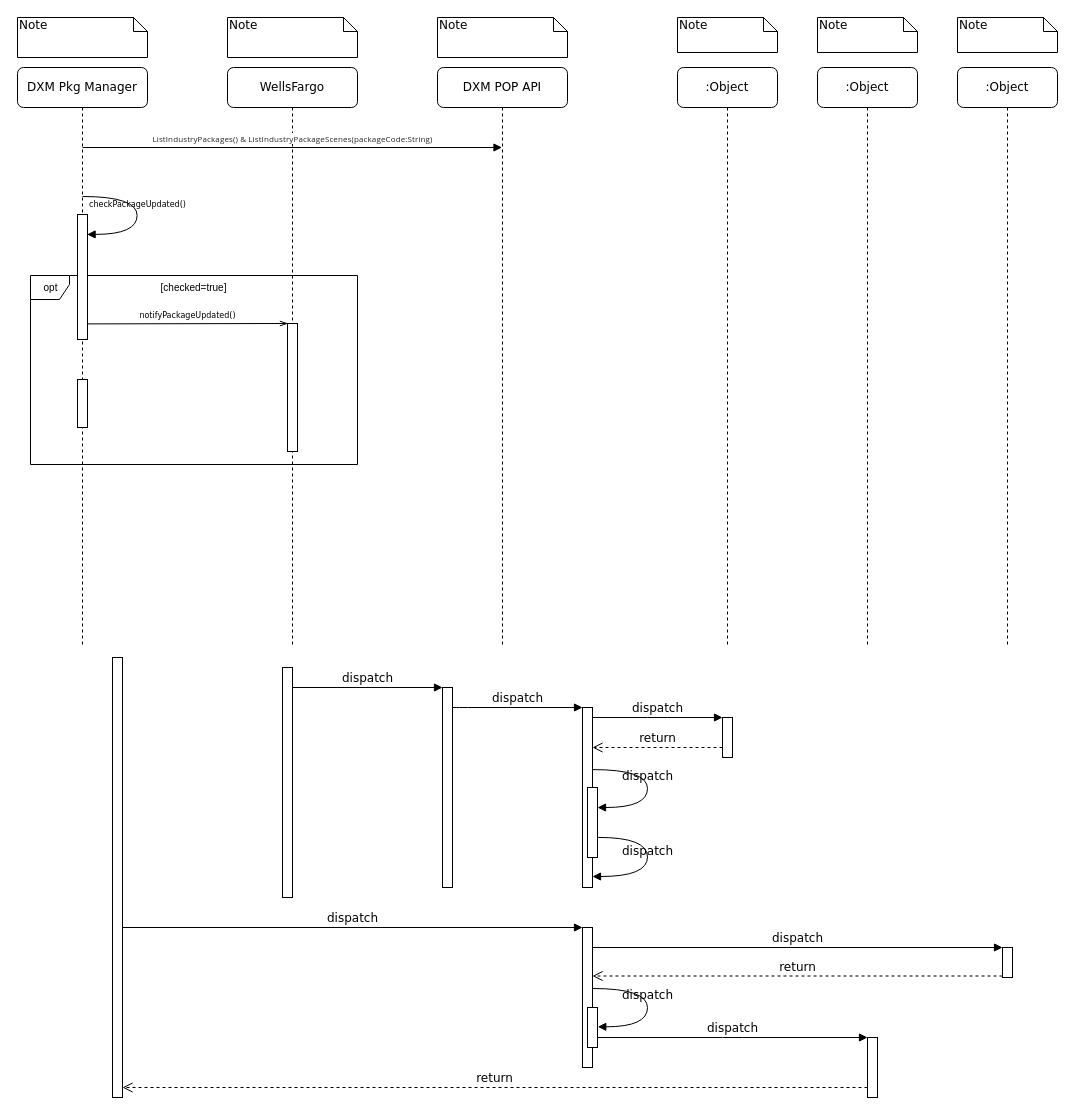
GeekKwok/UML keeps this draw.io diagram as leyan/dxm/Sequence Diagram 1.drawio. Above is the earlier version. Source tidied: cells renumbered, new cells numbered last; positions are measured from the earlier drawing's top-left corner, leaving out a move shared by most shapes. Both pictures are drawn from the tidied source at 100%, with x=0, y=0 at pixel (17, 17).
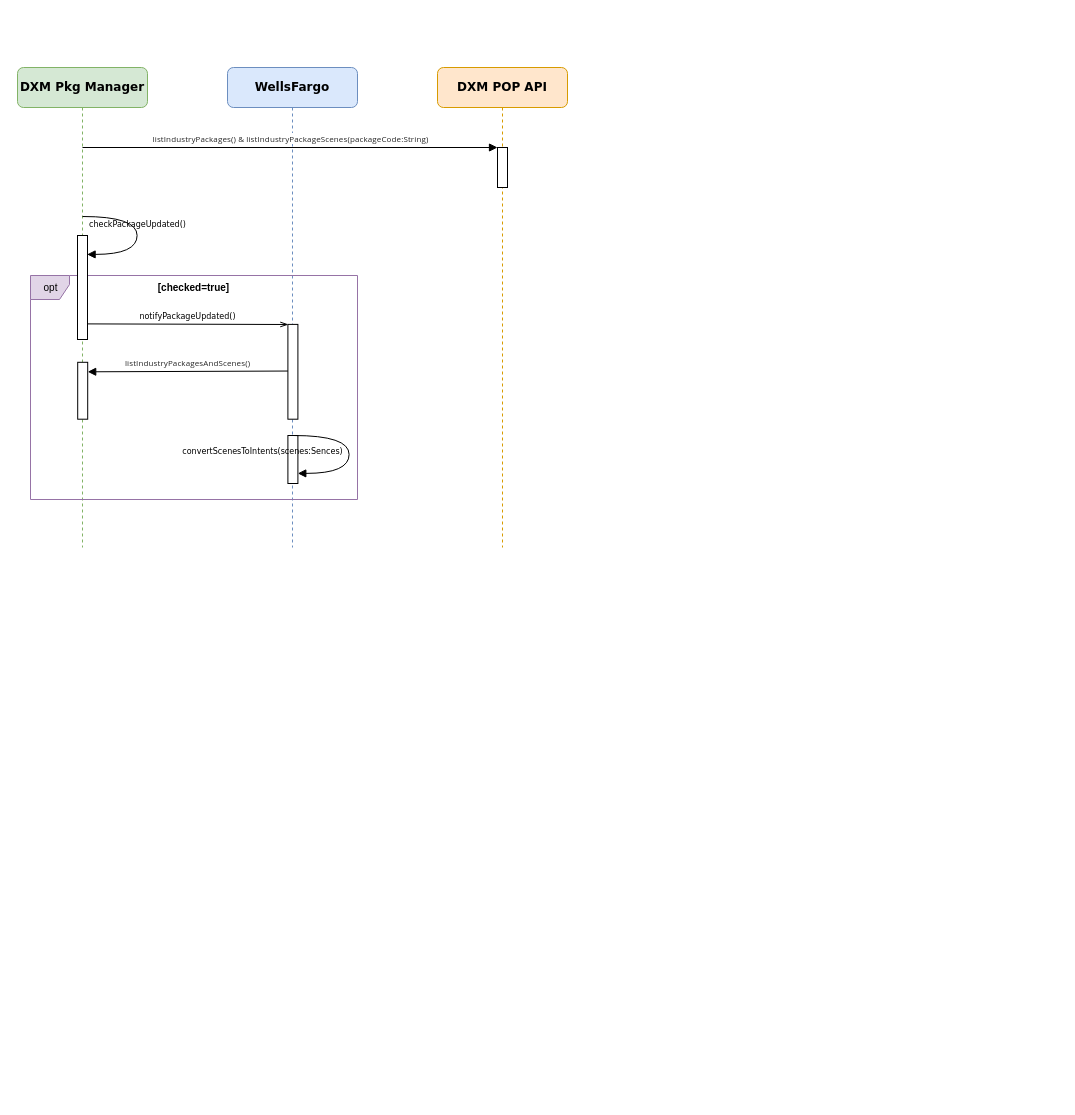
Above is the later version.

Diff of the diagram source:
```diff
@@
-    <mxCell id="2" value="DXM Pkg Manager" style="shape=umlLifeline;perimeter=lifelinePerimeter;whiteSpace=wrap;html=1;rounded=1;shadow=0;comic=0;labelBackgroundColor=none;strokeWidth=1;fontFamily=Verdana;fontSize=12;align=center;" parent="1" vertex="1">
-      <mxGeometry y="50" width="130" height="580" as="geometry" />
+    <mxCell id="2" value="&lt;b&gt;DXM Pkg Manager&lt;/b&gt;" style="shape=umlLifeline;perimeter=lifelinePerimeter;whiteSpace=wrap;html=1;rounded=1;shadow=0;comic=0;labelBackgroundColor=none;strokeWidth=1;fontFamily=Verdana;fontSize=12;align=center;fillColor=#d5e8d4;strokeColor=#82b366;" parent="1" vertex="1">
+      <mxGeometry y="50" width="130" height="480" as="geometry" />
     </mxCell>
-    <mxCell id="3" value="WellsFargo" style="shape=umlLifeline;perimeter=lifelinePerimeter;whiteSpace=wrap;html=1;rounded=1;shadow=0;comic=0;labelBackgroundColor=none;strokeWidth=1;fontFamily=Verdana;fontSize=12;align=center;" parent="1" vertex="1">
-      <mxGeometry x="210" y="50" width="130" height="580" as="geometry" />
+    <mxCell id="3" value="&lt;b&gt;WellsFargo&lt;/b&gt;" style="shape=umlLifeline;perimeter=lifelinePerimeter;whiteSpace=wrap;html=1;rounded=1;shadow=0;comic=0;labelBackgroundColor=none;strokeWidth=1;fontFamily=Verdana;fontSize=12;align=center;fillColor=#dae8fc;strokeColor=#6c8ebf;" parent="1" vertex="1">
+      <mxGeometry x="210" y="50" width="130" height="480" as="geometry" />
     </mxCell>
-    <mxCell id="4" value="&lt;font style=&quot;font-size: 10px&quot;&gt;opt&lt;/font&gt;" style="shape=umlFrame;tabPosition=left;html=1;boundedLbl=1;labelInHeader=1;width=39;height=24;" parent="1" vertex="1">
-      <mxGeometry x="13" y="258" width="327" height="189" as="geometry" />
+    <mxCell id="4" value="&lt;font style=&quot;font-size: 10px&quot;&gt;opt&lt;/font&gt;" style="shape=umlFrame;tabPosition=left;html=1;boundedLbl=1;labelInHeader=1;width=39;height=24;fillColor=#e1d5e7;strokeColor=#9673a6;" parent="1" vertex="1">
+      <mxGeometry x="13" y="258" width="327" height="224" as="geometry" />
     </mxCell>
-    <mxCell id="5" value="[checked=true]" style="text;align=center;fontSize=10;" parent="4" vertex="1">
+    <mxCell id="5" value="[checked=true]" style="text;align=center;fontSize=10;fontStyle=1;" parent="4" vertex="1">
       <mxGeometry width="100" height="20" relative="1" as="geometry">
         <mxPoint x="113.5" as="offset" />
       </mxGeometry>
     </mxCell>
     <mxCell id="6" style="html=1;points=[];perimeter=orthogonalPerimeter;rounded=0;shadow=0;comic=0;labelBackgroundColor=none;strokeWidth=1;fontFamily=Verdana;fontSize=12;align=center;" parent="4" vertex="1">
-      <mxGeometry x="257" y="48" width="10" height="128" as="geometry" />
+      <mxGeometry x="257.4" y="48.9" width="10" height="94.8" as="geometry" />
     </mxCell>
     <mxCell id="7" style="html=1;points=[];perimeter=orthogonalPerimeter;rounded=0;shadow=0;comic=0;labelBackgroundColor=none;strokeWidth=1;fontFamily=Verdana;fontSize=12;align=center;" parent="4" vertex="1">
-      <mxGeometry x="47" y="104" width="10" height="48" as="geometry" />
+      <mxGeometry x="47.2" y="86.8" width="10" height="56.9" as="geometry" />
     </mxCell>
-    <mxCell id="8" value=":Object" style="shape=umlLifeline;perimeter=lifelinePerimeter;whiteSpace=wrap;html=1;rounded=1;shadow=0;comic=0;labelBackgroundColor=none;strokeWidth=1;fontFamily=Verdana;fontSize=12;align=center;" parent="1" vertex="1">
-      <mxGeometry x="660" y="50" width="100" height="580" as="geometry" />
-    </mxCell>
-    <mxCell id="9" value=":Object" style="shape=umlLifeline;perimeter=lifelinePerimeter;whiteSpace=wrap;html=1;rounded=1;shadow=0;comic=0;labelBackgroundColor=none;strokeWidth=1;fontFamily=Verdana;fontSize=12;align=center;" parent="1" vertex="1">
-      <mxGeometry x="800" y="50" width="100" height="580" as="geometry" />
-    </mxCell>
-    <mxCell id="10" value=":Object" style="shape=umlLifeline;perimeter=lifelinePerimeter;whiteSpace=wrap;html=1;rounded=1;shadow=0;comic=0;labelBackgroundColor=none;strokeWidth=1;fontFamily=Verdana;fontSize=12;align=center;" parent="1" vertex="1">
-      <mxGeometry x="940" y="50" width="100" height="580" as="geometry" />
-    </mxCell>
-    <mxCell id="11" value="Note" style="shape=note;whiteSpace=wrap;html=1;size=14;verticalAlign=top;align=left;spacingTop=-6;rounded=0;shadow=0;comic=0;labelBackgroundColor=none;strokeWidth=1;fontFamily=Verdana;fontSize=12;" parent="1" vertex="1">
-      <mxGeometry x="420" width="130" height="40" as="geometry" />
-    </mxCell>
-    <mxCell id="12" value="Note" style="shape=note;whiteSpace=wrap;html=1;size=14;verticalAlign=top;align=left;spacingTop=-6;rounded=0;shadow=0;comic=0;labelBackgroundColor=none;strokeWidth=1;fontFamily=Verdana;fontSize=12;" parent="1" vertex="1">
-      <mxGeometry x="660" width="100" height="35" as="geometry" />
-    </mxCell>
-    <mxCell id="13" value="Note" style="shape=note;whiteSpace=wrap;html=1;size=14;verticalAlign=top;align=left;spacingTop=-6;rounded=0;shadow=0;comic=0;labelBackgroundColor=none;strokeWidth=1;fontFamily=Verdana;fontSize=12;" parent="1" vertex="1">
-      <mxGeometry x="800" width="100" height="35" as="geometry" />
-    </mxCell>
-    <mxCell id="14" value="Note" style="shape=note;whiteSpace=wrap;html=1;size=14;verticalAlign=top;align=left;spacingTop=-6;rounded=0;shadow=0;comic=0;labelBackgroundColor=none;strokeWidth=1;fontFamily=Verdana;fontSize=12;" parent="1" vertex="1">
-      <mxGeometry x="940" width="100" height="35" as="geometry" />
-    </mxCell>
-    <mxCell id="15" style="html=1;points=[];perimeter=orthogonalPerimeter;rounded=0;shadow=0;comic=0;labelBackgroundColor=none;strokeWidth=1;fontFamily=Verdana;fontSize=12;align=center;" parent="1" vertex="1">
-      <mxGeometry x="265" y="650" width="10" height="230" as="geometry" />
-    </mxCell>
-    <mxCell id="16" style="html=1;points=[];perimeter=orthogonalPerimeter;rounded=0;shadow=0;comic=0;labelBackgroundColor=none;strokeWidth=1;fontFamily=Verdana;fontSize=12;align=center;" parent="1" vertex="1">
-      <mxGeometry x="425" y="670" width="10" height="200" as="geometry" />
-    </mxCell>
-    <mxCell id="17" style="html=1;points=[];perimeter=orthogonalPerimeter;rounded=0;shadow=0;comic=0;labelBackgroundColor=none;strokeWidth=1;fontFamily=Verdana;fontSize=12;align=center;" parent="1" vertex="1">
-      <mxGeometry x="95" y="640" width="10" height="440" as="geometry" />
-    </mxCell>
-    <mxCell id="18" style="html=1;points=[];perimeter=orthogonalPerimeter;rounded=0;shadow=0;comic=0;labelBackgroundColor=none;strokeWidth=1;fontFamily=Verdana;fontSize=12;align=center;" parent="1" vertex="1">
-      <mxGeometry x="565" y="690" width="10" height="180" as="geometry" />
-    </mxCell>
-    <mxCell id="19" value="dispatch" style="html=1;verticalAlign=bottom;endArrow=block;labelBackgroundColor=none;fontFamily=Verdana;fontSize=12;edgeStyle=elbowEdgeStyle;elbow=vertical;" parent="1" edge="1" source="16" target="18">
-      <mxGeometry relative="1" as="geometry">
-        <Array as="points">
-          <mxPoint x="440" y="690" />
-        </Array>
-      </mxGeometry>
-    </mxCell>
-    <mxCell id="20" style="html=1;points=[];perimeter=orthogonalPerimeter;rounded=0;shadow=0;comic=0;labelBackgroundColor=none;strokeWidth=1;fontFamily=Verdana;fontSize=12;align=center;" parent="1" vertex="1">
-      <mxGeometry x="705" y="700" width="10" height="40" as="geometry" />
-    </mxCell>
-    <mxCell id="21" value="dispatch" style="html=1;verticalAlign=bottom;endArrow=block;entryX=0;entryY=0;labelBackgroundColor=none;fontFamily=Verdana;fontSize=12;edgeStyle=elbowEdgeStyle;elbow=vertical;" parent="1" edge="1" source="18" target="20">
-      <mxGeometry relative="1" as="geometry" />
-    </mxCell>
-    <mxCell id="22" value="return" style="html=1;verticalAlign=bottom;endArrow=open;dashed=1;endSize=8;labelBackgroundColor=none;fontFamily=Verdana;fontSize=12;edgeStyle=elbowEdgeStyle;elbow=vertical;" parent="1" edge="1" source="20" target="18">
-      <mxGeometry relative="1" as="geometry">
-        <Array as="points">
-          <mxPoint x="650" y="730" />
-          <mxPoint x="680" y="730" />
-        </Array>
-      </mxGeometry>
-    </mxCell>
-    <mxCell id="23" style="html=1;points=[];perimeter=orthogonalPerimeter;rounded=0;shadow=0;comic=0;labelBackgroundColor=none;strokeWidth=1;fontFamily=Verdana;fontSize=12;align=center;" parent="1" vertex="1">
-      <mxGeometry x="565" y="910" width="10" height="140" as="geometry" />
-    </mxCell>
-    <mxCell id="24" value="dispatch" style="html=1;verticalAlign=bottom;endArrow=block;entryX=0;entryY=0;labelBackgroundColor=none;fontFamily=Verdana;fontSize=12;" parent="1" edge="1" source="17" target="23">
-      <mxGeometry relative="1" as="geometry" />
-    </mxCell>
-    <mxCell id="25" style="html=1;points=[];perimeter=orthogonalPerimeter;rounded=0;shadow=0;comic=0;labelBackgroundColor=none;strokeColor=#000000;strokeWidth=1;fillColor=#FFFFFF;fontFamily=Verdana;fontSize=12;fontColor=#000000;align=center;" parent="1" vertex="1">
-      <mxGeometry x="985" y="930" width="10" height="30" as="geometry" />
-    </mxCell>
-    <mxCell id="26" value="dispatch" style="html=1;verticalAlign=bottom;endArrow=block;entryX=0;entryY=0;labelBackgroundColor=none;fontFamily=Verdana;fontSize=12;" parent="1" edge="1" source="23" target="25">
-      <mxGeometry relative="1" as="geometry" />
-    </mxCell>
-    <mxCell id="27" value="return" style="html=1;verticalAlign=bottom;endArrow=open;dashed=1;endSize=8;exitX=0;exitY=0.95;labelBackgroundColor=none;fontFamily=Verdana;fontSize=12;" parent="1" edge="1" source="25" target="23">
-      <mxGeometry relative="1" as="geometry" />
-    </mxCell>
-    <mxCell id="28" style="html=1;points=[];perimeter=orthogonalPerimeter;rounded=0;shadow=0;comic=0;labelBackgroundColor=none;strokeWidth=1;fontFamily=Verdana;fontSize=12;align=center;" parent="1" vertex="1">
-      <mxGeometry x="850" y="1020" width="10" height="60" as="geometry" />
-    </mxCell>
-    <mxCell id="29" value="dispatch" style="html=1;verticalAlign=bottom;endArrow=block;entryX=0;entryY=0;labelBackgroundColor=none;fontFamily=Verdana;fontSize=12;edgeStyle=elbowEdgeStyle;elbow=vertical;" parent="1" edge="1" source="35" target="28">
-      <mxGeometry relative="1" as="geometry" />
-    </mxCell>
-    <mxCell id="30" value="return" style="html=1;verticalAlign=bottom;endArrow=open;dashed=1;endSize=8;labelBackgroundColor=none;fontFamily=Verdana;fontSize=12;edgeStyle=elbowEdgeStyle;elbow=vertical;" parent="1" edge="1" source="28" target="17">
-      <mxGeometry relative="1" as="geometry">
-        <Array as="points">
-          <mxPoint x="550" y="1070" />
-        </Array>
-      </mxGeometry>
-    </mxCell>
-    <mxCell id="31" value="dispatch" style="html=1;verticalAlign=bottom;endArrow=block;entryX=0;entryY=0;labelBackgroundColor=none;fontFamily=Verdana;fontSize=12;edgeStyle=elbowEdgeStyle;elbow=vertical;" parent="1" edge="1" source="15" target="16">
-      <mxGeometry relative="1" as="geometry" />
-    </mxCell>
-    <mxCell id="32" style="html=1;points=[];perimeter=orthogonalPerimeter;rounded=0;shadow=0;comic=0;labelBackgroundColor=none;strokeWidth=1;fontFamily=Verdana;fontSize=12;align=center;" parent="1" vertex="1">
-      <mxGeometry x="570" y="770" width="10" height="70" as="geometry" />
-    </mxCell>
-    <mxCell id="33" value="dispatch" style="html=1;verticalAlign=bottom;endArrow=block;labelBackgroundColor=none;fontFamily=Verdana;fontSize=12;elbow=vertical;edgeStyle=orthogonalEdgeStyle;curved=1;entryX=1;entryY=0.286;entryPerimeter=0;exitX=1.038;exitY=0.345;exitPerimeter=0;" parent="1" edge="1" source="18" target="32">
-      <mxGeometry relative="1" as="geometry">
-        <Array as="points">
-          <mxPoint x="630" y="752" />
-          <mxPoint x="630" y="790" />
-        </Array>
-      </mxGeometry>
-    </mxCell>
-    <mxCell id="34" value="dispatch" style="html=1;verticalAlign=bottom;endArrow=block;labelBackgroundColor=none;fontFamily=Verdana;fontSize=12;elbow=vertical;edgeStyle=orthogonalEdgeStyle;curved=1;exitX=1.066;exitY=0.713;exitPerimeter=0;" parent="1" edge="1" source="32">
-      <mxGeometry relative="1" as="geometry">
-        <mxPoint x="575" y="859" as="targetPoint" />
-        <Array as="points">
-          <mxPoint x="630" y="820" />
-          <mxPoint x="630" y="859" />
-        </Array>
-      </mxGeometry>
-    </mxCell>
-    <mxCell id="35" style="html=1;points=[];perimeter=orthogonalPerimeter;rounded=0;shadow=0;comic=0;labelBackgroundColor=none;strokeWidth=1;fontFamily=Verdana;fontSize=12;align=center;" parent="1" vertex="1">
-      <mxGeometry x="570" y="990" width="10" height="40" as="geometry" />
-    </mxCell>
-    <mxCell id="36" value="dispatch" style="html=1;verticalAlign=bottom;endArrow=block;labelBackgroundColor=none;fontFamily=Verdana;fontSize=12;elbow=vertical;edgeStyle=orthogonalEdgeStyle;curved=1;entryX=1;entryY=0.286;entryPerimeter=0;exitX=1.038;exitY=0.345;exitPerimeter=0;" parent="1" edge="1">
-      <mxGeometry relative="1" as="geometry">
-        <mxPoint x="575.3" y="971" as="sourcePoint" />
-        <mxPoint x="580.3" y="1009.3" as="targetPoint" />
-        <Array as="points">
-          <mxPoint x="630" y="971" />
-          <mxPoint x="630" y="1009" />
-        </Array>
-      </mxGeometry>
-    </mxCell>
+    <mxCell id="44" value="&lt;font style=&quot;font-size: 8px&quot;&gt;&lt;span style=&quot;box-sizing: border-box ; color: rgb(64 , 64 , 64) ; font-family: &amp;#34;chinese quote&amp;#34; , &amp;#34;segoe ui&amp;#34; , &amp;#34;roboto&amp;#34; , &amp;#34;pingfang sc&amp;#34; , &amp;#34;hiragino sans gb&amp;#34; , &amp;#34;microsoft yahei&amp;#34; , &amp;#34;helvetica neue&amp;#34; , &amp;#34;helvetica&amp;#34; , &amp;#34;arial&amp;#34; , sans-serif , &amp;#34;apple color emoji&amp;#34; ; letter-spacing: 0.12px ; background-color: rgb(255 , 255 , 255)&quot;&gt;&lt;span style=&quot;box-sizing: border-box ; color: rgb(38 , 38 , 38)&quot;&gt;l&lt;/span&gt;&lt;/span&gt;&lt;span style=&quot;color: rgb(38 , 38 , 38) ; font-family: &amp;#34;chinese quote&amp;#34; , &amp;#34;segoe ui&amp;#34; , &amp;#34;roboto&amp;#34; , &amp;#34;pingfang sc&amp;#34; , &amp;#34;hiragino sans gb&amp;#34; , &amp;#34;microsoft yahei&amp;#34; , &amp;#34;helvetica neue&amp;#34; , &amp;#34;helvetica&amp;#34; , &amp;#34;arial&amp;#34; , sans-serif , &amp;#34;apple color emoji&amp;#34; ; letter-spacing: 0.12px ; background-color: rgb(255 , 255 , 255)&quot;&gt;istIndustryPackagesAndScenes()&lt;/span&gt;&lt;/font&gt;" style="html=1;verticalAlign=bottom;endArrow=block;labelBackgroundColor=none;fontFamily=Verdana;fontSize=12;edgeStyle=elbowEdgeStyle;elbow=vertical;exitX=0;exitY=0.492;exitDx=0;exitDy=0;exitPerimeter=0;entryX=1.001;entryY=0.18;entryDx=0;entryDy=0;entryPerimeter=0;" parent="4" edge="1" source="6" target="7">
+      <mxGeometry relative="1" as="geometry">
+        <Array as="points">
+          <mxPoint x="143" y="96.3" />
+        </Array>
+      </mxGeometry>
+    </mxCell>
+    <mxCell id="45" style="html=1;perimeter=orthogonalPerimeter;rounded=0;shadow=0;comic=0;labelBackgroundColor=none;strokeWidth=1;fontFamily=Verdana;fontSize=12;align=center;" parent="4" vertex="1">
+      <mxGeometry x="257.4" y="160" width="10" height="48" as="geometry" />
+    </mxCell>
+    <mxCell id="46" value="&lt;font style=&quot;font-size: 8px&quot;&gt;convertScenesToIntents(scenes:Sences)&lt;/font&gt;" style="html=1;verticalAlign=bottom;endArrow=block;labelBackgroundColor=none;fontFamily=Verdana;fontSize=12;elbow=vertical;edgeStyle=orthogonalEdgeStyle;curved=1;entryX=1;entryY=0.286;entryPerimeter=0;exitX=1.038;exitY=0.345;exitPerimeter=0;" parent="4" edge="1">
+      <mxGeometry x="1" y="-39" relative="1" as="geometry">
+        <mxPoint x="262.6" y="160" as="sourcePoint" />
+        <mxPoint x="267.3" y="197.9" as="targetPoint" />
+        <Array as="points">
+          <mxPoint x="318.6" y="159.9" />
+          <mxPoint x="318.6" y="197.9" />
+        </Array>
+        <mxPoint x="-36" y="25" as="offset" />
+      </mxGeometry>
+    </mxCell>
-    <mxCell id="37" value="DXM POP API" style="shape=umlLifeline;perimeter=lifelinePerimeter;whiteSpace=wrap;html=1;outlineConnect=0;rounded=1;shadow=0;comic=0;labelBackgroundColor=none;strokeWidth=1;fontFamily=Verdana;fontSize=12;align=center;" parent="1" vertex="1">
-      <mxGeometry x="420" y="50" width="130" height="580" as="geometry" />
+    <mxCell id="37" value="&lt;b&gt;DXM POP API&lt;/b&gt;" style="shape=umlLifeline;perimeter=lifelinePerimeter;whiteSpace=wrap;html=1;outlineConnect=0;rounded=1;shadow=0;comic=0;labelBackgroundColor=none;strokeWidth=1;fontFamily=Verdana;fontSize=12;align=center;fillColor=#ffe6cc;strokeColor=#d79b00;" parent="1" vertex="1">
+      <mxGeometry x="420" y="50" width="130" height="480" as="geometry" />
     </mxCell>
-    <mxCell id="38" value="Note" style="shape=note;whiteSpace=wrap;html=1;size=14;verticalAlign=top;align=left;spacingTop=-6;rounded=0;shadow=0;comic=0;labelBackgroundColor=none;strokeWidth=1;fontFamily=Verdana;fontSize=12;" parent="1" vertex="1">
-      <mxGeometry x="210" width="130" height="40" as="geometry" />
-    </mxCell>
-    <mxCell id="39" value="Note" style="shape=note;whiteSpace=wrap;html=1;size=14;verticalAlign=top;align=left;spacingTop=-6;rounded=0;shadow=0;comic=0;labelBackgroundColor=none;strokeWidth=1;fontFamily=Verdana;fontSize=12;" parent="1" vertex="1">
-      <mxGeometry width="130" height="40" as="geometry" />
-    </mxCell>
+    <mxCell id="47" style="html=1;perimeter=orthogonalPerimeter;rounded=0;shadow=0;comic=0;labelBackgroundColor=none;strokeWidth=1;fontFamily=Verdana;fontSize=12;align=center;" parent="37" vertex="1">
+      <mxGeometry x="60" y="80" width="10" height="40" as="geometry" />
+    </mxCell>
-    <mxCell id="40" value="&lt;font style=&quot;font-size: 8px&quot;&gt;&lt;span style=&quot;box-sizing: border-box ; color: rgb(64 , 64 , 64) ; font-family: &amp;#34;chinese quote&amp;#34; , &amp;#34;segoe ui&amp;#34; , &amp;#34;roboto&amp;#34; , &amp;#34;pingfang sc&amp;#34; , &amp;#34;hiragino sans gb&amp;#34; , &amp;#34;microsoft yahei&amp;#34; , &amp;#34;helvetica neue&amp;#34; , &amp;#34;helvetica&amp;#34; , &amp;#34;arial&amp;#34; , sans-serif , &amp;#34;apple color emoji&amp;#34; ; letter-spacing: 0.12px ; background-color: rgb(255 , 255 , 255)&quot;&gt;&lt;span style=&quot;box-sizing: border-box ; color: rgb(38 , 38 , 38)&quot;&gt;ListIndustryPackages() &amp;amp;&amp;nbsp;&lt;/span&gt;&lt;/span&gt;&lt;span style=&quot;color: rgb(38 , 38 , 38) ; font-family: &amp;#34;chinese quote&amp;#34; , &amp;#34;segoe ui&amp;#34; , &amp;#34;roboto&amp;#34; , &amp;#34;pingfang sc&amp;#34; , &amp;#34;hiragino sans gb&amp;#34; , &amp;#34;microsoft yahei&amp;#34; , &amp;#34;helvetica neue&amp;#34; , &amp;#34;helvetica&amp;#34; , &amp;#34;arial&amp;#34; , sans-serif , &amp;#34;apple color emoji&amp;#34; ; letter-spacing: 0.12px ; background-color: rgb(255 , 255 , 255)&quot;&gt;ListIndustryPackageScenes(packageCode:String)&lt;/span&gt;&lt;/font&gt;" style="html=1;verticalAlign=bottom;endArrow=block;labelBackgroundColor=none;fontFamily=Verdana;fontSize=12;edgeStyle=elbowEdgeStyle;elbow=vertical;" parent="1" edge="1" target="37">
+    <mxCell id="40" value="&lt;font style=&quot;font-size: 8px&quot;&gt;&lt;span style=&quot;box-sizing: border-box ; color: rgb(64 , 64 , 64) ; font-family: &amp;#34;chinese quote&amp;#34; , &amp;#34;segoe ui&amp;#34; , &amp;#34;roboto&amp;#34; , &amp;#34;pingfang sc&amp;#34; , &amp;#34;hiragino sans gb&amp;#34; , &amp;#34;microsoft yahei&amp;#34; , &amp;#34;helvetica neue&amp;#34; , &amp;#34;helvetica&amp;#34; , &amp;#34;arial&amp;#34; , sans-serif , &amp;#34;apple color emoji&amp;#34; ; letter-spacing: 0.12px ; background-color: rgb(255 , 255 , 255)&quot;&gt;&lt;span style=&quot;box-sizing: border-box ; color: rgb(38 , 38 , 38)&quot;&gt;listIndustryPackages() &amp;amp; l&lt;/span&gt;&lt;/span&gt;&lt;span style=&quot;color: rgb(38 , 38 , 38) ; font-family: &amp;#34;chinese quote&amp;#34; , &amp;#34;segoe ui&amp;#34; , &amp;#34;roboto&amp;#34; , &amp;#34;pingfang sc&amp;#34; , &amp;#34;hiragino sans gb&amp;#34; , &amp;#34;microsoft yahei&amp;#34; , &amp;#34;helvetica neue&amp;#34; , &amp;#34;helvetica&amp;#34; , &amp;#34;arial&amp;#34; , sans-serif , &amp;#34;apple color emoji&amp;#34; ; letter-spacing: 0.12px ; background-color: rgb(255 , 255 , 255)&quot;&gt;istIndustryPackageScenes(packageCode:String)&lt;/span&gt;&lt;/font&gt;" style="html=1;verticalAlign=bottom;endArrow=block;labelBackgroundColor=none;fontFamily=Verdana;fontSize=12;edgeStyle=elbowEdgeStyle;elbow=vertical;" parent="1" edge="1">
       <mxGeometry relative="1" as="geometry">
         <mxPoint x="65" y="130" as="sourcePoint" />
+        <mxPoint x="480" y="130" as="targetPoint" />
       </mxGeometry>
     </mxCell>
     <mxCell id="41" value="&lt;font style=&quot;font-size: 8px&quot;&gt;checkPackageUpdated()&lt;/font&gt;" style="html=1;verticalAlign=bottom;endArrow=block;labelBackgroundColor=none;fontFamily=Verdana;fontSize=12;elbow=vertical;edgeStyle=orthogonalEdgeStyle;curved=1;entryX=1;entryY=0.286;entryPerimeter=0;exitX=1.038;exitY=0.345;exitPerimeter=0;" parent="1" edge="1">
       <mxGeometry relative="1" as="geometry">
-        <mxPoint x="65" y="179" as="sourcePoint" />
-        <mxPoint x="69.6" y="216.9" as="targetPoint" />
+        <mxPoint x="65" y="199" as="sourcePoint" />
+        <mxPoint x="69.6" y="236.9" as="targetPoint" />
         <Array as="points">
-          <mxPoint x="119.6" y="178.9" />
-          <mxPoint x="119.6" y="216.9" />
+          <mxPoint x="119.6" y="198.9" />
+          <mxPoint x="119.6" y="236.9" />
         </Array>
       </mxGeometry>
     </mxCell>
     <mxCell id="42" style="html=1;perimeter=orthogonalPerimeter;rounded=0;shadow=0;comic=0;labelBackgroundColor=none;strokeWidth=1;fontFamily=Verdana;fontSize=12;align=center;" parent="1" vertex="1">
-      <mxGeometry x="60" y="197" width="10" height="125" as="geometry" />
+      <mxGeometry x="60" y="218" width="10" height="104" as="geometry" />
     </mxCell>
```
